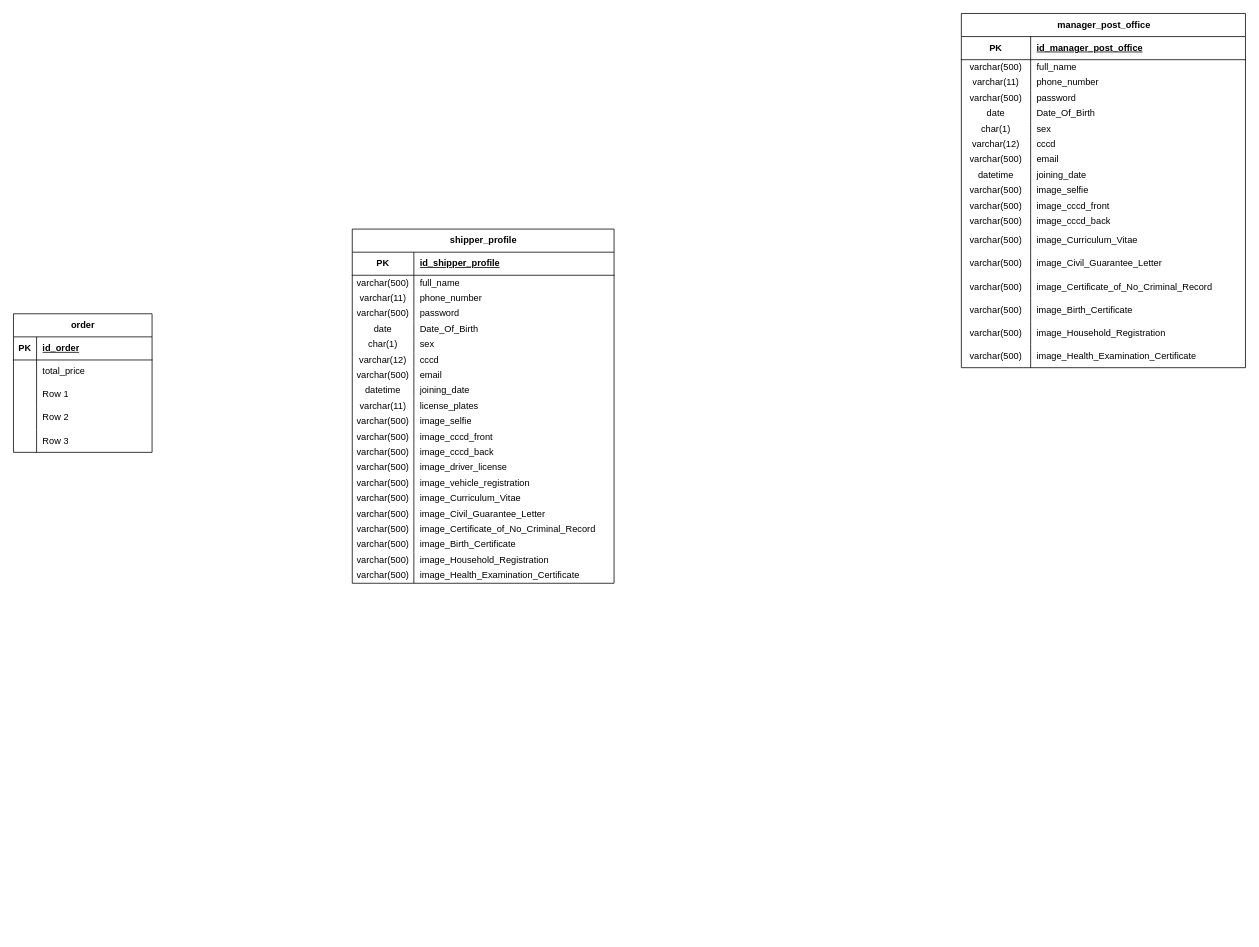
tienyasu0729/BYORDEROFLIFE keeps this draw.io diagram as page "erd shipping" (4 of 4) of Shopee project/Database/database diagram.drawio. Above is the earlier version. Source tidied: cells renumbered, new cells numbered last; positions are measured from the earlier drawing's top-left corner, leaving out a move shared by most shapes. Both pictures are drawn from the tidied source at 77%, with x=0, y=0 at pixel (13, 13).
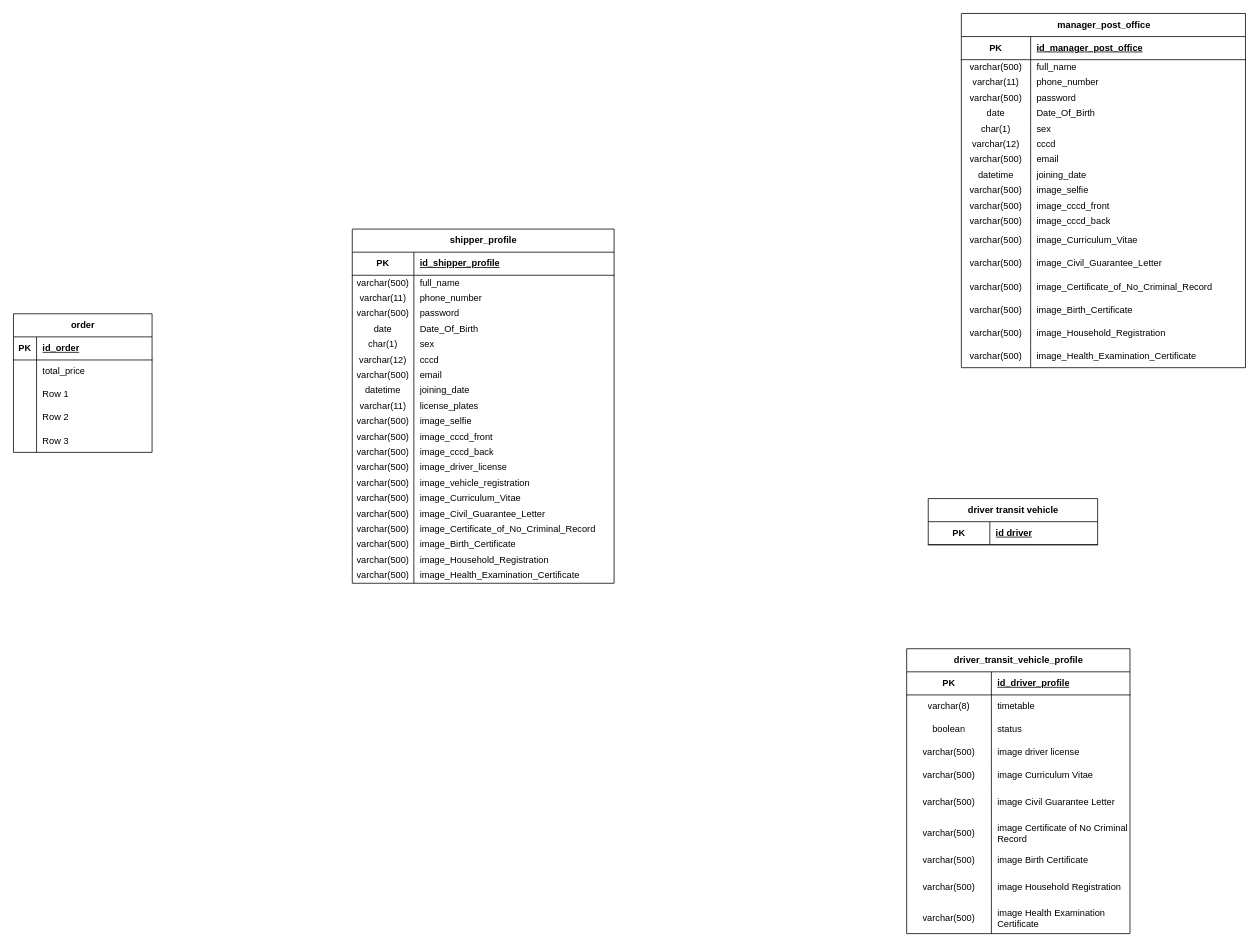
The same diagram, later.

The edit, as a diff of the source:
```diff
@@
+    <mxCell id="137" value="driver transit vehicle" style="shape=table;startSize=30;childLayout=tableLayout;rowLines=0;fontStyle=1;align=center;html=1;" parent="1" vertex="1">
+      <mxGeometry x="1188" y="630" width="220" height="60" as="geometry" />
+    </mxCell>
+    <mxCell id="138" style="shape=tableRow;horizontal=0;startSize=0;swimlaneHead=0;swimlaneBody=0;fillColor=none;top=0;left=0;right=0;bottom=1;" parent="137" vertex="1">
+      <mxGeometry y="30" width="220" height="30" as="geometry" />
+    </mxCell>
+    <mxCell id="139" value="PK" style="shape=partialRectangle;fillColor=none;top=0;left=0;bottom=0;right=0;fontStyle=1;overflow=hidden;whiteSpace=wrap;html=1;" parent="138" vertex="1">
+      <mxGeometry width="80" height="30" as="geometry" />
+    </mxCell>
+    <mxCell id="140" value="id driver" style="shape=partialRectangle;fillColor=none;top=0;left=0;bottom=0;right=0;align=left;spacingLeft=6;fontStyle=5;overflow=hidden;whiteSpace=wrap;html=1;" parent="138" vertex="1">
+      <mxGeometry x="80" width="140" height="30" as="geometry" />
+    </mxCell>
+    <mxCell id="141" value="driver_transit_vehicle_profile" style="shape=table;startSize=30;childLayout=tableLayout;rowLines=0;fontStyle=1;align=center;html=1;" parent="1" vertex="1">
+      <mxGeometry x="1160" y="825" width="290" height="370" as="geometry" />
+    </mxCell>
+    <mxCell id="142" style="shape=tableRow;horizontal=0;startSize=0;swimlaneHead=0;swimlaneBody=0;fillColor=none;top=0;left=0;right=0;bottom=1;" parent="141" vertex="1">
+      <mxGeometry y="30" width="290" height="30" as="geometry" />
+    </mxCell>
+    <mxCell id="143" value="PK" style="shape=partialRectangle;fillColor=none;top=0;left=0;bottom=0;right=0;fontStyle=1;overflow=hidden;whiteSpace=wrap;html=1;" parent="142" vertex="1">
+      <mxGeometry width="110" height="30" as="geometry" />
+    </mxCell>
+    <mxCell id="144" value="id_driver_profile" style="shape=partialRectangle;fillColor=none;top=0;left=0;bottom=0;right=0;align=left;spacingLeft=6;fontStyle=5;overflow=hidden;whiteSpace=wrap;html=1;" parent="142" vertex="1">
+      <mxGeometry x="110" width="180" height="30" as="geometry" />
+    </mxCell>
+    <mxCell id="145" style="shape=tableRow;horizontal=0;startSize=0;swimlaneHead=0;swimlaneBody=0;fillColor=none;top=0;left=0;right=0;bottom=0;" parent="141" vertex="1">
+      <mxGeometry y="60" width="290" height="30" as="geometry" />
+    </mxCell>
+    <mxCell id="146" value="varchar(8)" style="shape=partialRectangle;fillColor=none;top=0;left=0;bottom=0;right=0;overflow=hidden;whiteSpace=wrap;html=1;" parent="145" vertex="1">
+      <mxGeometry width="110" height="30" as="geometry" />
+    </mxCell>
+    <mxCell id="147" value="timetable" style="shape=partialRectangle;fillColor=none;top=0;left=0;bottom=0;right=0;align=left;spacingLeft=6;overflow=hidden;whiteSpace=wrap;html=1;" parent="145" vertex="1">
+      <mxGeometry x="110" width="180" height="30" as="geometry" />
+    </mxCell>
+    <mxCell id="148" style="shape=tableRow;horizontal=0;startSize=0;swimlaneHead=0;swimlaneBody=0;fillColor=none;top=0;left=0;right=0;bottom=0;" parent="141" vertex="1">
+      <mxGeometry y="90" width="290" height="30" as="geometry" />
+    </mxCell>
+    <mxCell id="149" value="boolean" style="shape=partialRectangle;fillColor=none;top=0;left=0;bottom=0;right=0;overflow=hidden;whiteSpace=wrap;html=1;" parent="148" vertex="1">
+      <mxGeometry width="110" height="30" as="geometry" />
+    </mxCell>
+    <mxCell id="150" value="status" style="shape=partialRectangle;fillColor=none;top=0;left=0;bottom=0;right=0;align=left;spacingLeft=6;overflow=hidden;whiteSpace=wrap;html=1;" parent="148" vertex="1">
+      <mxGeometry x="110" width="180" height="30" as="geometry" />
+    </mxCell>
+    <mxCell id="151" style="shape=tableRow;horizontal=0;startSize=0;swimlaneHead=0;swimlaneBody=0;fillColor=none;top=0;left=0;right=0;bottom=0;" parent="141" vertex="1">
+      <mxGeometry y="120" width="290" height="30" as="geometry" />
+    </mxCell>
+    <mxCell id="152" value="varchar(500)" style="shape=partialRectangle;fillColor=none;top=0;left=0;bottom=0;right=0;overflow=hidden;whiteSpace=wrap;html=1;" parent="151" vertex="1">
+      <mxGeometry width="110" height="30" as="geometry" />
+    </mxCell>
+    <mxCell id="153" value="image driver license" style="shape=partialRectangle;fillColor=none;top=0;left=0;bottom=0;right=0;align=left;spacingLeft=6;overflow=hidden;whiteSpace=wrap;html=1;" parent="151" vertex="1">
+      <mxGeometry x="110" width="180" height="30" as="geometry" />
+    </mxCell>
+    <mxCell id="154" style="shape=tableRow;horizontal=0;startSize=0;swimlaneHead=0;swimlaneBody=0;fillColor=none;top=0;left=0;right=0;bottom=0;" parent="141" vertex="1">
+      <mxGeometry y="150" width="290" height="30" as="geometry" />
+    </mxCell>
+    <mxCell id="155" value="varchar(500)" style="shape=partialRectangle;fillColor=none;top=0;left=0;bottom=0;right=0;overflow=hidden;whiteSpace=wrap;html=1;" parent="154" vertex="1">
+      <mxGeometry width="110" height="30" as="geometry" />
+    </mxCell>
+    <mxCell id="156" value="image Curriculum Vitae&amp;nbsp;" style="shape=partialRectangle;fillColor=none;top=0;left=0;bottom=0;right=0;align=left;spacingLeft=6;overflow=hidden;whiteSpace=wrap;html=1;" parent="154" vertex="1">
+      <mxGeometry x="110" width="180" height="30" as="geometry" />
+    </mxCell>
+    <mxCell id="157" style="shape=tableRow;horizontal=0;startSize=0;swimlaneHead=0;swimlaneBody=0;fillColor=none;top=0;left=0;right=0;bottom=0;" parent="141" vertex="1">
+      <mxGeometry y="180" width="290" height="40" as="geometry" />
+    </mxCell>
+    <mxCell id="158" value="varchar(500)" style="shape=partialRectangle;fillColor=none;top=0;left=0;bottom=0;right=0;overflow=hidden;whiteSpace=wrap;html=1;" parent="157" vertex="1">
+      <mxGeometry width="110" height="40" as="geometry" />
+    </mxCell>
+    <mxCell id="159" value="image Civil Guarantee Letter" style="shape=partialRectangle;fillColor=none;top=0;left=0;bottom=0;right=0;align=left;spacingLeft=6;overflow=hidden;whiteSpace=wrap;html=1;" parent="157" vertex="1">
+      <mxGeometry x="110" width="180" height="40" as="geometry" />
+    </mxCell>
+    <mxCell id="160" style="shape=tableRow;horizontal=0;startSize=0;swimlaneHead=0;swimlaneBody=0;fillColor=none;top=0;left=0;right=0;bottom=0;" parent="141" vertex="1">
+      <mxGeometry y="220" width="290" height="40" as="geometry" />
+    </mxCell>
+    <mxCell id="161" value="varchar(500)" style="shape=partialRectangle;fillColor=none;top=0;left=0;bottom=0;right=0;overflow=hidden;whiteSpace=wrap;html=1;" parent="160" vertex="1">
+      <mxGeometry width="110" height="40" as="geometry" />
+    </mxCell>
+    <mxCell id="162" value="image Certificate of No Criminal Record" style="shape=partialRectangle;fillColor=none;top=0;left=0;bottom=0;right=0;align=left;spacingLeft=6;overflow=hidden;whiteSpace=wrap;html=1;" parent="160" vertex="1">
+      <mxGeometry x="110" width="180" height="40" as="geometry" />
+    </mxCell>
+    <mxCell id="163" style="shape=tableRow;horizontal=0;startSize=0;swimlaneHead=0;swimlaneBody=0;fillColor=none;top=0;left=0;right=0;bottom=0;" parent="141" vertex="1">
+      <mxGeometry y="260" width="290" height="30" as="geometry" />
+    </mxCell>
+    <mxCell id="164" value="varchar(500)" style="shape=partialRectangle;fillColor=none;top=0;left=0;bottom=0;right=0;overflow=hidden;whiteSpace=wrap;html=1;" parent="163" vertex="1">
+      <mxGeometry width="110" height="30" as="geometry" />
+    </mxCell>
+    <mxCell id="165" value="image&amp;nbsp;Birth Certificate" style="shape=partialRectangle;fillColor=none;top=0;left=0;bottom=0;right=0;align=left;spacingLeft=6;overflow=hidden;whiteSpace=wrap;html=1;" parent="163" vertex="1">
+      <mxGeometry x="110" width="180" height="30" as="geometry" />
+    </mxCell>
+    <mxCell id="166" style="shape=tableRow;horizontal=0;startSize=0;swimlaneHead=0;swimlaneBody=0;fillColor=none;top=0;left=0;right=0;bottom=0;" parent="141" vertex="1">
+      <mxGeometry y="290" width="290" height="40" as="geometry" />
+    </mxCell>
+    <mxCell id="167" value="varchar(500)" style="shape=partialRectangle;fillColor=none;top=0;left=0;bottom=0;right=0;overflow=hidden;whiteSpace=wrap;html=1;" parent="166" vertex="1">
+      <mxGeometry width="110" height="40" as="geometry" />
+    </mxCell>
+    <mxCell id="168" value="image&amp;nbsp;Household Registration" style="shape=partialRectangle;fillColor=none;top=0;left=0;bottom=0;right=0;align=left;spacingLeft=6;overflow=hidden;whiteSpace=wrap;html=1;" parent="166" vertex="1">
+      <mxGeometry x="110" width="180" height="40" as="geometry" />
+    </mxCell>
+    <mxCell id="169" style="shape=tableRow;horizontal=0;startSize=0;swimlaneHead=0;swimlaneBody=0;fillColor=none;top=0;left=0;right=0;bottom=0;" parent="141" vertex="1">
+      <mxGeometry y="330" width="290" height="40" as="geometry" />
+    </mxCell>
+    <mxCell id="170" value="varchar(500)" style="shape=partialRectangle;fillColor=none;top=0;left=0;bottom=0;right=0;overflow=hidden;whiteSpace=wrap;html=1;" parent="169" vertex="1">
+      <mxGeometry width="110" height="40" as="geometry" />
+    </mxCell>
+    <mxCell id="171" value="image&amp;nbsp;Health Examination Certificate" style="shape=partialRectangle;fillColor=none;top=0;left=0;bottom=0;right=0;align=left;spacingLeft=6;overflow=hidden;whiteSpace=wrap;html=1;" parent="169" vertex="1">
+      <mxGeometry x="110" width="180" height="40" as="geometry" />
+    </mxCell>
```
